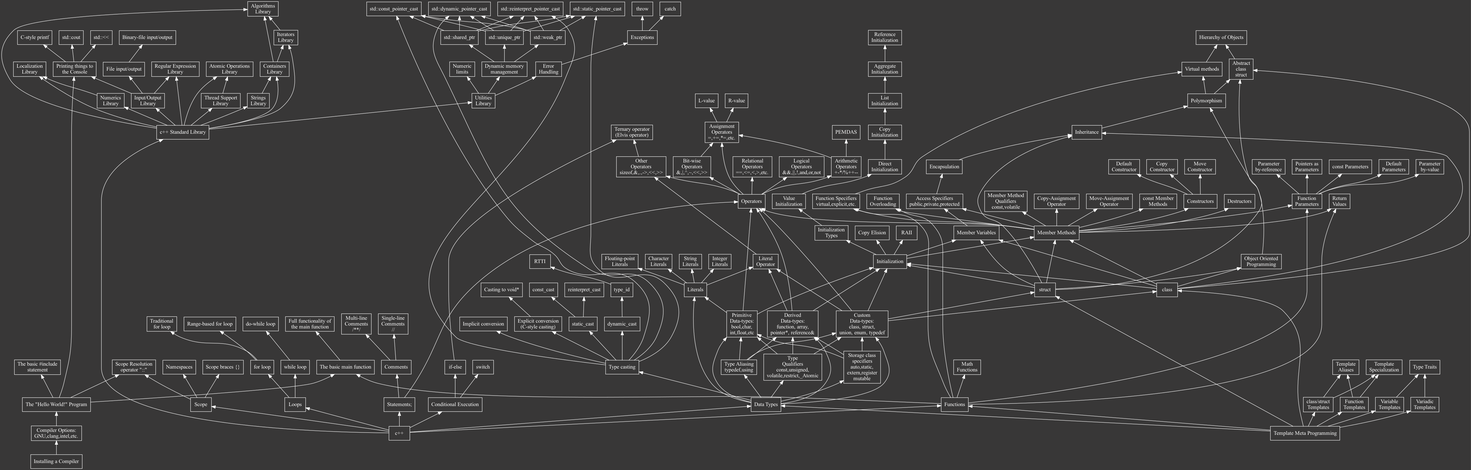
The Graphviz diagram CPlusPlus.png in Naktakala/the_computational_physics_tree, before a commit. Its source is kept beside it as CPlusPlus.dot.
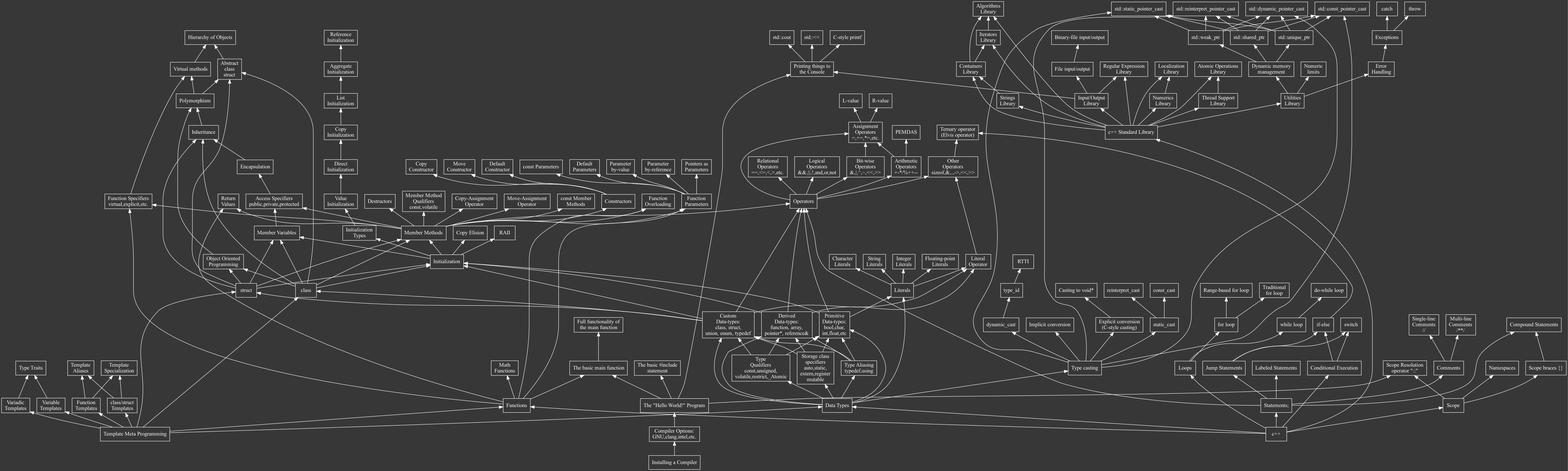
After the commit.

Change to the diagram source:
```diff
@@ -48,6 +48,16 @@
 
 statements->comments
 comments->{single_line_comments multi_line_comments}
+
+labeled_statements[label="Labeled Statements"]
+jump_statements[label="Jump Statements"]
+compound_statements[label="Compound Statements"]
+
+statements->{labeled_statements jump_statements compound_statements}
+
+scope_braces->compound_statements
+jump_statements->{switch_conditional if_else_conditional}
+
 
 Literals
 
```
